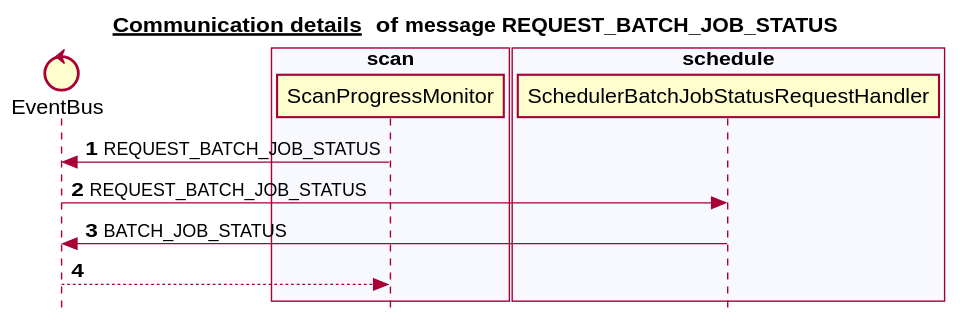
Before: docs/latest/images/gen_domain_messaging_request_batch_job_status.svg, a diagram exported from PlantUML (mercedes-benz/sechub).
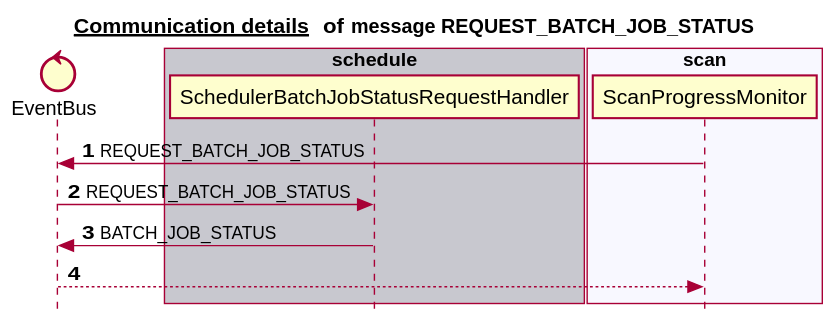
After the commit.

Diff of the diagram source:
```diff
@@ -6,17 +6,17 @@
 
 
 control EventBus
-box "authorization" #C8C8CF
+box "schedule" #C8C8CF
+   participant SchedulerBatchJobStatusRequestHandler
 end box
 box "scan" #F8F8FF
    participant ScanProgressMonitor
 end box
-box "administration" #C8C8CF
+box "notification" #C8C8CF
 end box
-box "schedule" #F8F8FF
-   participant SchedulerBatchJobStatusRequestHandler
+box "administration" #F8F8FF
 end box
-box "notification" #C8C8CF
+box "authorization" #C8C8CF
 end box
 autonumber 1
 ScanProgressMonitor -> EventBus:REQUEST_BATCH_JOB_STATUS
```
